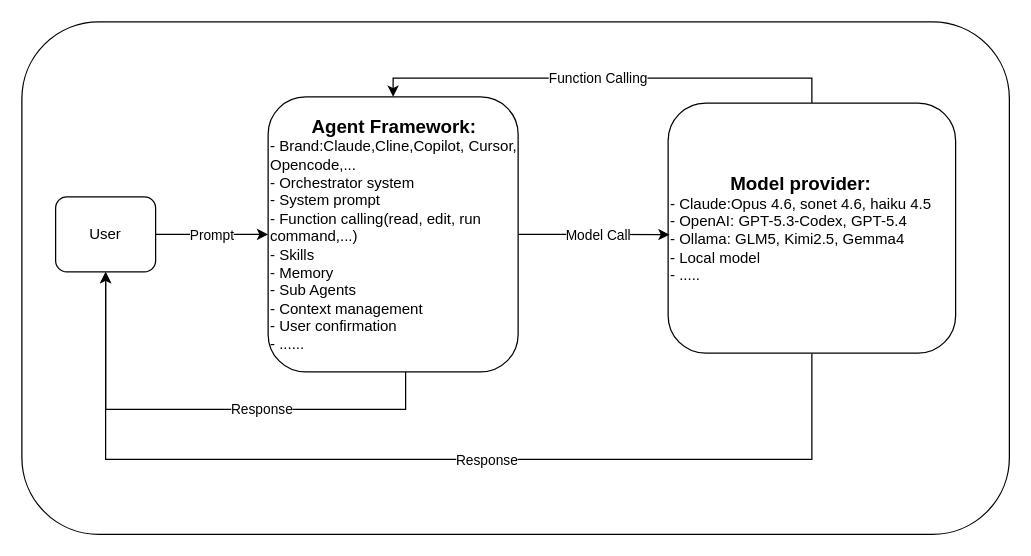
hoanggia7398/slide-sdlc-2016 keeps this draw.io diagram as agent-fw-diagram.drawio. Above is the earlier version. Source tidied: cells renumbered, new cells numbered last; positions are measured from the earlier drawing's top-left corner, leaving out a move shared by most shapes. Both pictures are drawn from the tidied source at 125%, with x=0, y=0 at pixel (21, 21).
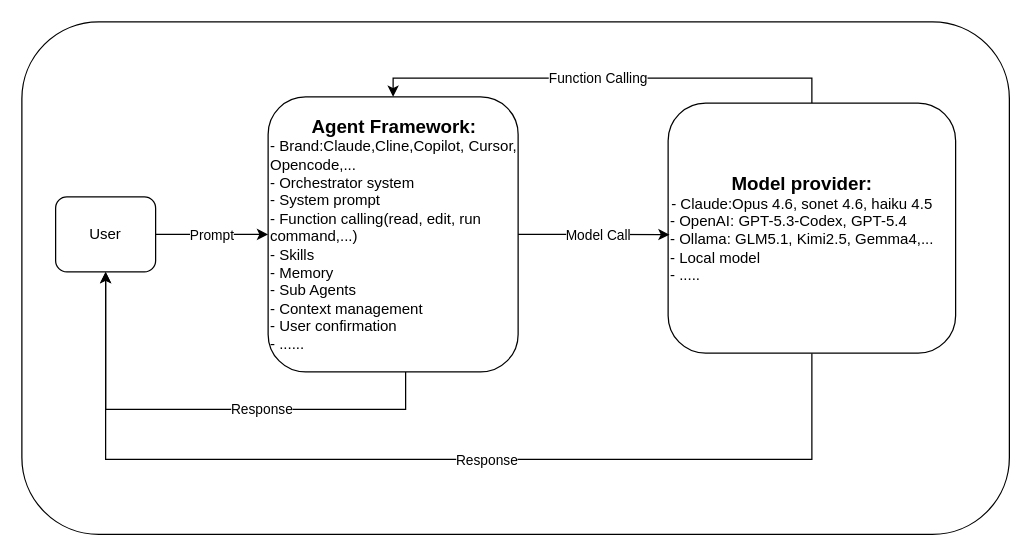
After the change.

The edit, as a diff of the source:
```diff
@@
-    <mxCell id="14" value="&lt;div style=&quot;text-align: center;&quot;&gt;&lt;span style=&quot;background-color: transparent; color: light-dark(rgb(0, 0, 0), rgb(255, 255, 255));&quot;&gt;&lt;font style=&quot;font-size: 15px;&quot;&gt;&lt;b&gt;Model provider:&lt;/b&gt;&lt;/font&gt;&lt;/span&gt;&lt;/div&gt;&lt;div style=&quot;text-align: center;&quot;&gt;-&amp;nbsp;&lt;span style=&quot;background-color: transparent; color: light-dark(rgb(0, 0, 0), rgb(255, 255, 255));&quot;&gt;Claude:&lt;/span&gt;&lt;span style=&quot;background-color: transparent; color: light-dark(rgb(0, 0, 0), rgb(255, 255, 255));&quot;&gt;Opus 4.6, sonet 4.6, haiku 4.5&lt;/span&gt;&lt;/div&gt;&lt;div&gt;&lt;span style=&quot;background-color: transparent; color: light-dark(rgb(0, 0, 0), rgb(255, 255, 255));&quot;&gt;- OpenAI:&amp;nbsp;&lt;/span&gt;&lt;span style=&quot;background-color: transparent;&quot;&gt;GPT-5.3-Codex, GPT-5.4&lt;/span&gt;&lt;/div&gt;&lt;div&gt;&lt;span style=&quot;background-color: transparent; color: light-dark(rgb(0, 0, 0), rgb(255, 255, 255));&quot;&gt;- Ollama: GLM5, Kimi2.5, Gemma4&lt;/span&gt;&lt;/div&gt;&lt;div&gt;- Local model&lt;/div&gt;&lt;div&gt;&lt;span style=&quot;background-color: transparent; color: light-dark(rgb(0, 0, 0), rgb(255, 255, 255));&quot;&gt;- .....&lt;/span&gt;&lt;/div&gt;" style="rounded=1;whiteSpace=wrap;html=1;align=left;labelBackgroundColor=none;" parent="1" vertex="1">
+    <mxCell id="14" value="&lt;div style=&quot;text-align: center;&quot;&gt;&lt;span style=&quot;background-color: transparent; color: light-dark(rgb(0, 0, 0), rgb(255, 255, 255));&quot;&gt;&lt;font style=&quot;font-size: 15px;&quot;&gt;&lt;b&gt;Model provider:&lt;/b&gt;&lt;/font&gt;&lt;/span&gt;&lt;/div&gt;&lt;div style=&quot;text-align: center;&quot;&gt;-&amp;nbsp;&lt;span style=&quot;background-color: transparent; color: light-dark(rgb(0, 0, 0), rgb(255, 255, 255));&quot;&gt;Claude:&lt;/span&gt;&lt;span style=&quot;background-color: transparent; color: light-dark(rgb(0, 0, 0), rgb(255, 255, 255));&quot;&gt;Opus 4.6, sonet 4.6, haiku 4.5&lt;/span&gt;&lt;/div&gt;&lt;div&gt;&lt;span style=&quot;background-color: transparent; color: light-dark(rgb(0, 0, 0), rgb(255, 255, 255));&quot;&gt;- OpenAI:&amp;nbsp;&lt;/span&gt;&lt;span style=&quot;background-color: transparent;&quot;&gt;GPT-5.3-Codex, GPT-5.4&lt;/span&gt;&lt;/div&gt;&lt;div&gt;&lt;span style=&quot;background-color: transparent; color: light-dark(rgb(0, 0, 0), rgb(255, 255, 255));&quot;&gt;- Ollama: GLM5.1, Kimi2.5, Gemma4,...&lt;/span&gt;&lt;/div&gt;&lt;div&gt;- Local model&lt;/div&gt;&lt;div&gt;&lt;span style=&quot;background-color: transparent; color: light-dark(rgb(0, 0, 0), rgb(255, 255, 255));&quot;&gt;- .....&lt;/span&gt;&lt;/div&gt;" style="rounded=1;whiteSpace=wrap;html=1;align=left;labelBackgroundColor=none;" parent="1" vertex="1">
       <mxGeometry x="517" y="65" width="230" height="200" as="geometry" />
     </mxCell>
```
